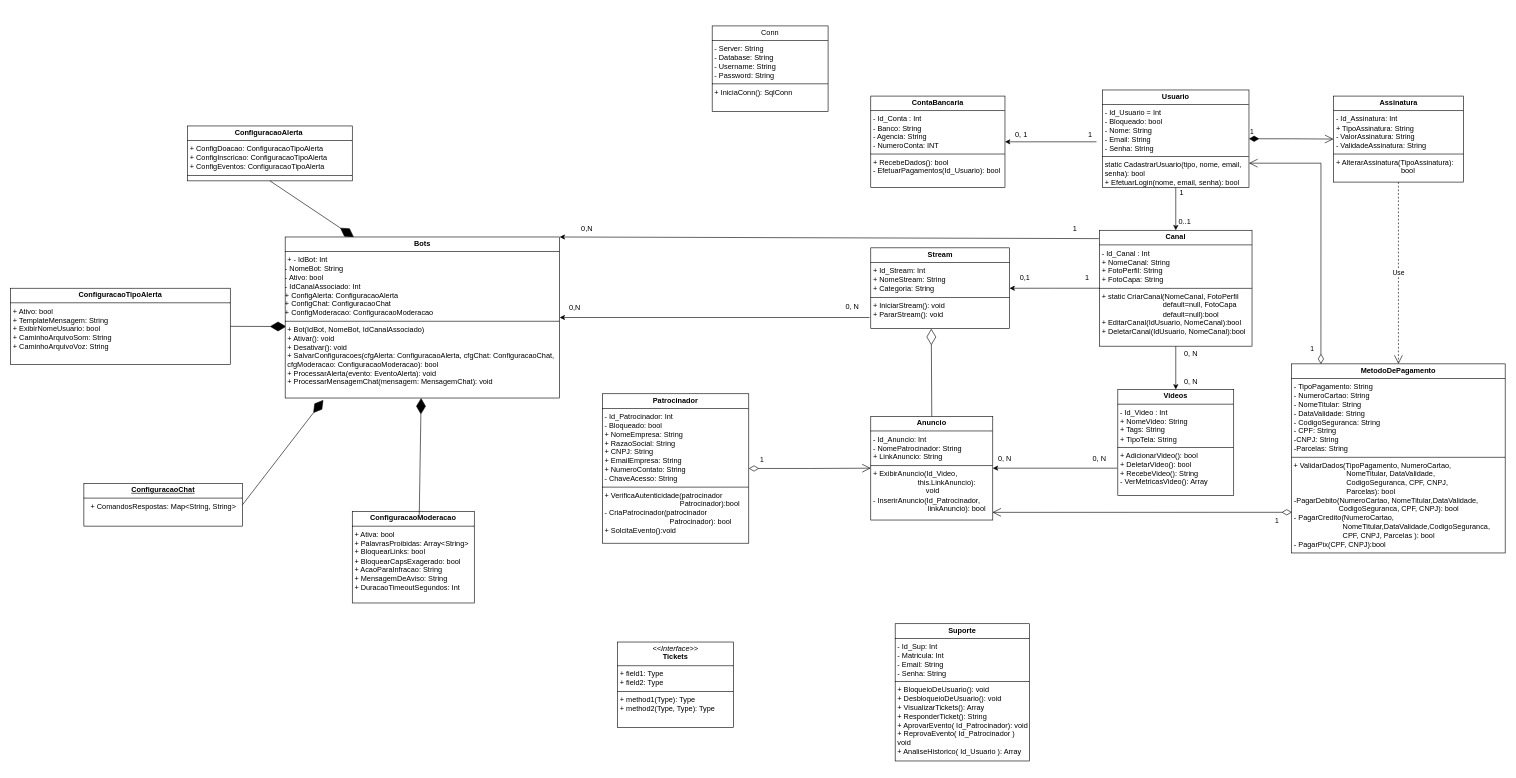
Earlier version of the draw.io diagram page "DiagramaDeClasses" (21 of 22) of DiagramasPIMVII.drawio (GustavoFerreira143/PIMVIISistemaDeStreaming). Source tidied: cells renumbered, new cells numbered last; positions are measured from the earlier drawing's top-left corner, leaving out a move shared by most shapes. Both pictures are drawn from the tidied source at 61%, with x=0, y=0 at pixel (10, 26).
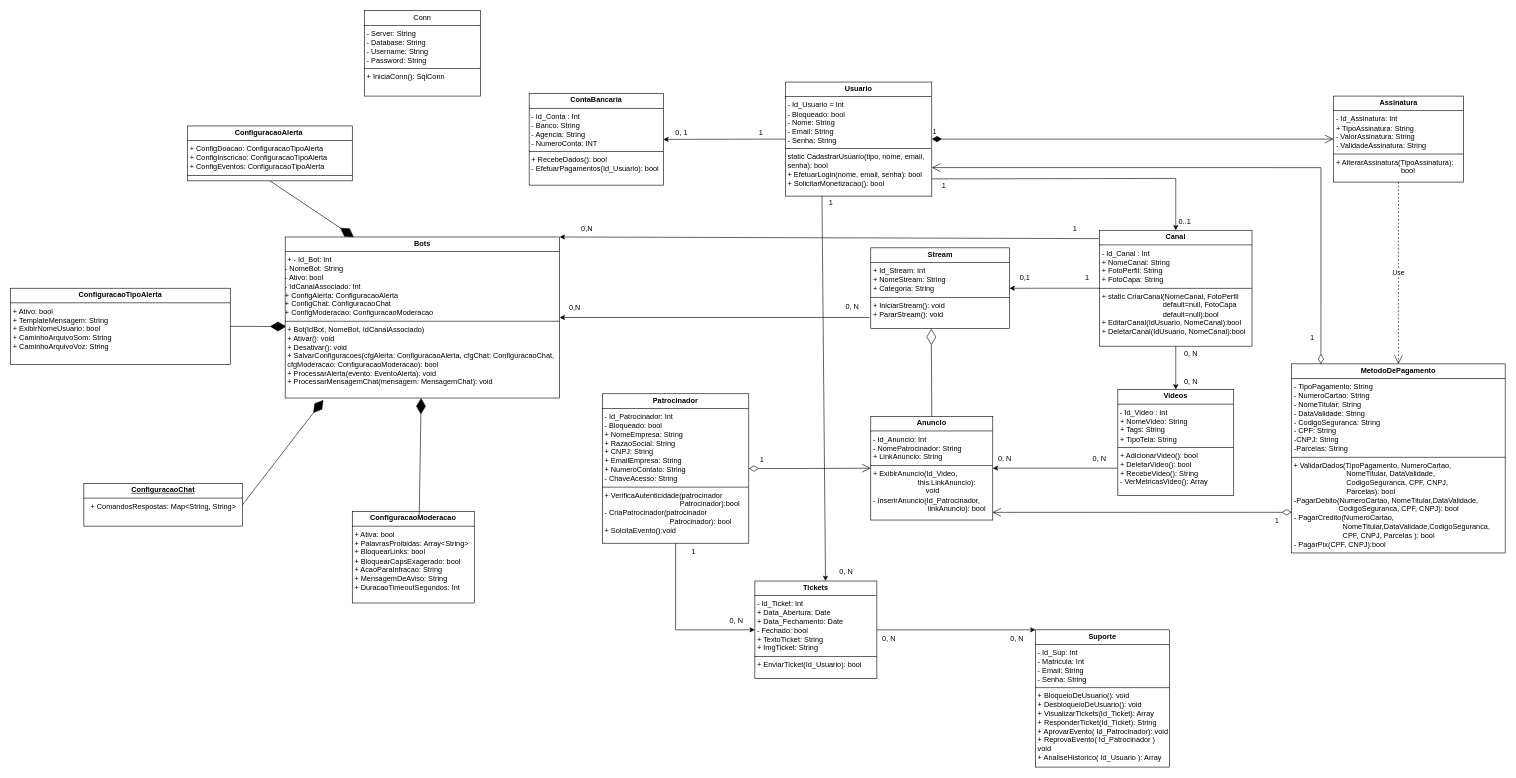
After the change.

Unchanged cells that the change refers to:
```xml
<mxCell id="5" value="&lt;p style=&quot;margin:0px;margin-top:4px;text-align:center;&quot;&gt;&lt;b&gt;Canal&lt;/b&gt;&lt;/p&gt;&lt;hr size=&quot;1&quot; style=&quot;border-style:solid;&quot;&gt;&lt;p style=&quot;margin:0px;margin-left:4px;&quot;&gt;- Id_Canal : Int&lt;/p&gt;&lt;p style=&quot;margin:0px;margin-left:4px;&quot;&gt;+ NomeCanal: String&lt;br&gt;+ FotoPerfil: String&lt;/p&gt;&lt;p style=&quot;margin:0px;margin-left:4px;&quot;&gt;+ FotoCapa: String&lt;/p&gt;&lt;hr size=&quot;1&quot; style=&quot;border-style:solid;&quot;&gt;&lt;p style=&quot;margin:0px;margin-left:4px;&quot;&gt;+ static CriarCanal(NomeCanal, FotoPerfil&amp;nbsp; &amp;nbsp; &amp;nbsp; &amp;nbsp; &amp;nbsp; &amp;nbsp; &amp;nbsp; &amp;nbsp; &amp;nbsp; &amp;nbsp; &amp;nbsp; &amp;nbsp; &amp;nbsp; &amp;nbsp;&lt;span style=&quot;white-space: pre;&quot;&gt;&#9;&lt;/span&gt;&amp;nbsp; &amp;nbsp; &amp;nbsp; default=null, FotoCapa&amp;nbsp; &amp;nbsp; &amp;nbsp; &amp;nbsp; &amp;nbsp; &amp;nbsp; &amp;nbsp; &amp;nbsp; &amp;nbsp; &amp;nbsp; &amp;nbsp; &amp;nbsp; &amp;nbsp; &amp;nbsp; &amp;nbsp; &amp;nbsp; &amp;nbsp; &amp;nbsp; &amp;nbsp; default=null):bool&lt;br&gt;&lt;/p&gt;&lt;p style=&quot;margin:0px;margin-left:4px;&quot;&gt;+ EditarCanal(IdUsuario, NomeCanal):bool&lt;/p&gt;&lt;p style=&quot;margin:0px;margin-left:4px;&quot;&gt;+ DeletarCanal(IdUsuario, NomeCanal):bool&lt;/p&gt;" style="verticalAlign=top;align=left;overflow=fill;html=1;whiteSpace=wrap;" parent="1" vertex="1">
  <mxGeometry x="1785" y="335" width="250" height="190" as="geometry" />
</mxCell>
<mxCell id="14" value="&lt;p style=&quot;margin:0px;margin-top:4px;text-align:center;&quot;&gt;&lt;b&gt;Patrocinador&lt;/b&gt;&lt;/p&gt;&lt;hr size=&quot;1&quot; style=&quot;border-style:solid;&quot;&gt;&lt;p style=&quot;margin:0px;margin-left:4px;&quot;&gt;- Id_Patrocinador: Int&lt;/p&gt;&lt;p style=&quot;margin:0px;margin-left:4px;&quot;&gt;- Bloqueado: bool&lt;br&gt;+ NomeEmpresa: String&lt;/p&gt;&lt;p style=&quot;margin:0px;margin-left:4px;&quot;&gt;+ RazaoSocial: String&lt;/p&gt;&lt;p style=&quot;margin:0px;margin-left:4px;&quot;&gt;+ CNPJ: String&lt;/p&gt;&lt;p style=&quot;margin:0px;margin-left:4px;&quot;&gt;+ EmailEmpresa: String&lt;/p&gt;&lt;p style=&quot;margin:0px;margin-left:4px;&quot;&gt;+ NumeroContato: String&lt;/p&gt;&lt;p style=&quot;margin:0px;margin-left:4px;&quot;&gt;- ChaveAcesso: String&lt;/p&gt;&lt;hr size=&quot;1&quot; style=&quot;border-style:solid;&quot;&gt;&lt;p style=&quot;margin:0px;margin-left:4px;&quot;&gt;+ VerificaAutenticidade(patrocinador &lt;span style=&quot;white-space: pre;&quot;&gt;&#9;&lt;/span&gt;&lt;span style=&quot;white-space: pre;&quot;&gt;&#9;&lt;/span&gt;&lt;span style=&quot;white-space: pre;&quot;&gt;&#9;&lt;/span&gt;&lt;span style=&quot;white-space: pre;&quot;&gt;&#9;&lt;/span&gt;&amp;nbsp; &amp;nbsp; &amp;nbsp;Patrocinador):bool&lt;br&gt;- CriaPatrocinador(patrocinador &lt;span style=&quot;white-space: pre;&quot;&gt;&#9;&lt;/span&gt;&lt;span style=&quot;white-space: pre;&quot;&gt;&#9;&lt;/span&gt;&lt;span style=&quot;white-space: pre;&quot;&gt;&#9;&lt;/span&gt;&lt;span style=&quot;white-space: pre;&quot;&gt;&#9;&lt;/span&gt;Patrocinador): bool&lt;/p&gt;&lt;p style=&quot;margin:0px;margin-left:4px;&quot;&gt;+ SolcitaEvento():void&lt;/p&gt;" style="verticalAlign=top;align=left;overflow=fill;html=1;whiteSpace=wrap;" parent="1" vertex="1">
  <mxGeometry x="970" y="603" width="240" height="245" as="geometry" />
</mxCell>
```

Diff of the diagram source:
```diff
@@
-    <mxCell id="2" value="&lt;p style=&quot;margin:0px;margin-top:4px;text-align:center;&quot;&gt;&lt;b&gt;Usuario&lt;/b&gt;&lt;/p&gt;&lt;hr size=&quot;1&quot; style=&quot;border-style:solid;&quot;&gt;&lt;p style=&quot;margin:0px;margin-left:4px;&quot;&gt;- Id_Usuario = Int&lt;/p&gt;&lt;p style=&quot;margin:0px;margin-left:4px;&quot;&gt;&lt;span style=&quot;background-color: transparent; color: light-dark(rgb(0, 0, 0), rgb(255, 255, 255));&quot;&gt;- Bloqueado: bool&lt;/span&gt;&lt;/p&gt;&lt;p style=&quot;margin:0px;margin-left:4px;&quot;&gt;- Nome: String&lt;br&gt;- Email: String&lt;/p&gt;&lt;p style=&quot;margin:0px;margin-left:4px;&quot;&gt;- Senha: String&lt;/p&gt;&lt;hr size=&quot;1&quot; style=&quot;border-style:solid;&quot;&gt;&lt;p style=&quot;margin:0px;margin-left:4px;&quot;&gt;static CadastrarUsuario(tipo, nome, email, senha): bool&lt;br&gt;+ EfetuarLogin(nome, email, senha): bool&lt;/p&gt;" style="verticalAlign=top;align=left;overflow=fill;html=1;whiteSpace=wrap;" parent="1" vertex="1">
-      <mxGeometry x="1790" y="105" width="240" height="160" as="geometry" />
+    <mxCell id="2" value="&lt;p style=&quot;margin:0px;margin-top:4px;text-align:center;&quot;&gt;&lt;b&gt;Usuario&lt;/b&gt;&lt;/p&gt;&lt;hr size=&quot;1&quot; style=&quot;border-style:solid;&quot;&gt;&lt;p style=&quot;margin:0px;margin-left:4px;&quot;&gt;- Id_Usuario = Int&lt;/p&gt;&lt;p style=&quot;margin:0px;margin-left:4px;&quot;&gt;&lt;span style=&quot;background-color: transparent; color: light-dark(rgb(0, 0, 0), rgb(255, 255, 255));&quot;&gt;- Bloqueado: bool&lt;/span&gt;&lt;/p&gt;&lt;p style=&quot;margin:0px;margin-left:4px;&quot;&gt;- Nome: String&lt;br&gt;- Email: String&lt;/p&gt;&lt;p style=&quot;margin:0px;margin-left:4px;&quot;&gt;- Senha: String&lt;/p&gt;&lt;hr size=&quot;1&quot; style=&quot;border-style:solid;&quot;&gt;&lt;p style=&quot;margin:0px;margin-left:4px;&quot;&gt;static CadastrarUsuario(tipo, nome, email, senha): bool&lt;br&gt;+ EfetuarLogin(nome, email, senha): bool&lt;/p&gt;&lt;p style=&quot;margin:0px;margin-left:4px;&quot;&gt;+ SolicitarMonetizacao(): bool&lt;/p&gt;" style="verticalAlign=top;align=left;overflow=fill;html=1;whiteSpace=wrap;" parent="1" vertex="1">
+      <mxGeometry x="1270" y="92" width="240" height="187" as="geometry" />
     </mxCell>
     <mxCell id="3" value="&lt;p style=&quot;margin:0px;margin-top:4px;text-align:center;&quot;&gt;Conn&lt;/p&gt;&lt;hr size=&quot;1&quot; style=&quot;border-style:solid;&quot;&gt;&lt;p style=&quot;margin:0px;margin-left:4px;&quot;&gt;- Server: String&lt;/p&gt;&lt;p style=&quot;margin:0px;margin-left:4px;&quot;&gt;- Database: String&lt;br&gt;- Username: String&lt;/p&gt;&lt;p style=&quot;margin:0px;margin-left:4px;&quot;&gt;- Password: String&lt;/p&gt;&lt;hr size=&quot;1&quot; style=&quot;border-style:solid;&quot;&gt;&lt;p style=&quot;margin:0px;margin-left:4px;&quot;&gt;+ IniciaConn(): SqlConn&lt;br&gt;&lt;/p&gt;" style="verticalAlign=top;align=left;overflow=fill;html=1;whiteSpace=wrap;" parent="1" vertex="1">
-      <mxGeometry x="1150" width="190" height="140" as="geometry" />
+      <mxGeometry x="580" y="-25" width="190" height="140" as="geometry" />
     </mxCell>
@@
     <mxCell id="10" value="&lt;p style=&quot;margin:0px;margin-top:4px;text-align:center;&quot;&gt;&lt;b&gt;ContaBancaria&lt;/b&gt;&lt;/p&gt;&lt;hr size=&quot;1&quot; style=&quot;border-style:solid;&quot;&gt;&lt;p style=&quot;margin:0px;margin-left:4px;&quot;&gt;- Id_Conta : Int&lt;/p&gt;&lt;p style=&quot;margin:0px;margin-left:4px;&quot;&gt;- Banco: String&lt;/p&gt;&lt;p style=&quot;margin:0px;margin-left:4px;&quot;&gt;- Agencia: String&lt;br&gt;- NumeroConta: INT&lt;/p&gt;&lt;hr size=&quot;1&quot; style=&quot;border-style:solid;&quot;&gt;&lt;p style=&quot;margin:0px;margin-left:4px;&quot;&gt;+ RecebeDados(): bool&lt;/p&gt;&lt;p style=&quot;margin:0px;margin-left:4px;&quot;&gt;- EfetuarPagamentos(Id_Usuario): bool&lt;br&gt;&lt;/p&gt;" style="verticalAlign=top;align=left;overflow=fill;html=1;whiteSpace=wrap;" parent="1" vertex="1">
-      <mxGeometry x="1410" y="115" width="220" height="150" as="geometry" />
+      <mxGeometry x="850" y="111" width="220" height="150" as="geometry" />
     </mxCell>
@@
-    <mxCell id="17" style="endArrow=classic;html=1;rounded=0;exitX=0.5;exitY=1;exitDx=0;exitDy=0;entryX=0.5;entryY=0;entryDx=0;entryDy=0;" parent="1" edge="1" source="2" target="5">
-      <mxGeometry relative="1" as="geometry" />
+    <mxCell id="17" style="endArrow=classic;html=1;rounded=0;entryX=0.5;entryY=0;entryDx=0;entryDy=0;exitX=0.997;exitY=0.849;exitDx=0;exitDy=0;exitPerimeter=0;" parent="1" edge="1" source="2" target="5">
+      <mxGeometry relative="1" as="geometry">
+        <Array as="points">
+          <mxPoint x="1910" y="250" />
+        </Array>
+      </mxGeometry>
     </mxCell>
     <mxCell id="18" value="1" style="text;html=1;align=center;verticalAlign=middle;whiteSpace=wrap;rounded=0;" parent="1" vertex="1">
-      <mxGeometry x="1900" y="265" width="40" height="15" as="geometry" />
+      <mxGeometry x="1510" y="254" width="40" height="15" as="geometry" />
     </mxCell>
@@
-    <mxCell id="23" style="endArrow=classic;html=1;rounded=0;entryX=1;entryY=0.5;entryDx=0;entryDy=0;" parent="1" edge="1" target="10">
-      <mxGeometry relative="1" as="geometry">
-        <mxPoint x="1780" y="190" as="sourcePoint" />
-      </mxGeometry>
+    <mxCell id="23" style="endArrow=classic;html=1;rounded=0;entryX=1;entryY=0.5;entryDx=0;entryDy=0;exitX=0;exitY=0.5;exitDx=0;exitDy=0;" parent="1" edge="1" source="2" target="10">
+      <mxGeometry relative="1" as="geometry" />
     </mxCell>
     <mxCell id="24" value="1" style="text;html=1;align=center;verticalAlign=middle;whiteSpace=wrap;rounded=0;" parent="1" vertex="1">
-      <mxGeometry x="1740" y="164" width="60" height="30" as="geometry" />
+      <mxGeometry x="1200" y="160" width="60" height="30" as="geometry" />
     </mxCell>
     <mxCell id="25" value="0, 1" style="text;html=1;align=center;verticalAlign=middle;whiteSpace=wrap;rounded=0;" parent="1" vertex="1">
-      <mxGeometry x="1627" y="164" width="60" height="30" as="geometry" />
+      <mxGeometry x="1070" y="160" width="60" height="30" as="geometry" />
     </mxCell>
@@
-    <mxCell id="45" value="&lt;p style=&quot;margin:0px;margin-top:4px;text-align:center;&quot;&gt;&lt;b&gt;Bots&lt;/b&gt;&lt;/p&gt;&lt;hr size=&quot;1&quot; style=&quot;border-style:solid;&quot;&gt;&lt;p style=&quot;margin:0px;margin-left:4px;&quot;&gt;+&amp;nbsp;&lt;span style=&quot;background-color: transparent; color: light-dark(rgb(0, 0, 0), rgb(255, 255, 255));&quot;&gt;- IdBot: Int&lt;/span&gt;&lt;br&gt;&lt;/p&gt;&lt;span style=&quot;color: light-dark(rgb(0, 0, 0), rgb(255, 255, 255)); background-color: transparent;&quot;&gt;- NomeBot: String&lt;br&gt;- Ativo: bool&lt;br&gt;- IdCanalAssociado: Int&amp;nbsp;&lt;br&gt;+ ConfigAlerta: ConfiguracaoAlerta&lt;br&gt;+ ConfigChat: ConfiguracaoChat&lt;br&gt;+ ConfigModeracao: ConfiguracaoModeracao&lt;/span&gt;&lt;br&gt;&lt;hr size=&quot;1&quot; style=&quot;border-style:solid;&quot;&gt;&lt;p style=&quot;margin:0px;margin-left:4px;&quot;&gt;+ Bot(IdBot, NomeBot, IdCanalAssociado)&amp;nbsp;&lt;br&gt;+ Ativar(): void&amp;nbsp;&lt;br&gt;    + Desativar(): void&amp;nbsp;&lt;br&gt;    + SalvarConfiguracoes(cfgAlerta: ConfiguracaoAlerta, cfgChat: ConfiguracaoChat, cfgModeracao: ConfiguracaoModeracao): bool&lt;br&gt;&lt;span style=&quot;background-color: transparent; color: light-dark(rgb(0, 0, 0), rgb(255, 255, 255));&quot;&gt;+ ProcessarAlerta(evento: EventoAlerta): void&lt;/span&gt;&lt;/p&gt;&lt;p style=&quot;margin:0px;margin-left:4px;&quot;&gt;+ ProcessarMensagemChat(mensagem: MensagemChat): void&lt;/p&gt;" style="verticalAlign=top;align=left;overflow=fill;html=1;whiteSpace=wrap;" parent="1" vertex="1">
+    <mxCell id="45" value="&lt;p style=&quot;margin:0px;margin-top:4px;text-align:center;&quot;&gt;&lt;b&gt;Bots&lt;/b&gt;&lt;/p&gt;&lt;hr size=&quot;1&quot; style=&quot;border-style:solid;&quot;&gt;&lt;p style=&quot;margin:0px;margin-left:4px;&quot;&gt;+&amp;nbsp;&lt;span style=&quot;background-color: transparent; color: light-dark(rgb(0, 0, 0), rgb(255, 255, 255));&quot;&gt;- Id_Bot: Int&lt;/span&gt;&lt;br&gt;&lt;/p&gt;&lt;span style=&quot;color: light-dark(rgb(0, 0, 0), rgb(255, 255, 255)); background-color: transparent;&quot;&gt;- NomeBot: String&lt;br&gt;- Ativo: bool&lt;br&gt;- IdCanalAssociado: Int&amp;nbsp;&lt;br&gt;+ ConfigAlerta: ConfiguracaoAlerta&lt;br&gt;+ ConfigChat: ConfiguracaoChat&lt;br&gt;+ ConfigModeracao: ConfiguracaoModeracao&lt;/span&gt;&lt;br&gt;&lt;hr size=&quot;1&quot; style=&quot;border-style:solid;&quot;&gt;&lt;p style=&quot;margin:0px;margin-left:4px;&quot;&gt;+ Bot(IdBot, NomeBot, IdCanalAssociado)&amp;nbsp;&lt;br&gt;+ Ativar(): void&amp;nbsp;&lt;br&gt;    + Desativar(): void&amp;nbsp;&lt;br&gt;    + SalvarConfiguracoes(cfgAlerta: ConfiguracaoAlerta, cfgChat: ConfiguracaoChat, cfgModeracao: ConfiguracaoModeracao): bool&lt;br&gt;&lt;span style=&quot;background-color: transparent; color: light-dark(rgb(0, 0, 0), rgb(255, 255, 255));&quot;&gt;+ ProcessarAlerta(evento: EventoAlerta): void&lt;/span&gt;&lt;/p&gt;&lt;p style=&quot;margin:0px;margin-left:4px;&quot;&gt;+ ProcessarMensagemChat(mensagem: MensagemChat): void&lt;/p&gt;" style="verticalAlign=top;align=left;overflow=fill;html=1;whiteSpace=wrap;" parent="1" vertex="1">
       <mxGeometry x="450" y="346" width="450" height="264" as="geometry" />
     </mxCell>
@@
-    <mxCell id="49" value="&lt;p style=&quot;margin:0px;margin-top:4px;text-align:center;&quot;&gt;&lt;b&gt;Suporte&lt;/b&gt;&lt;/p&gt;&lt;hr size=&quot;1&quot; style=&quot;border-style:solid;&quot;&gt;&lt;p style=&quot;margin:0px;margin-left:4px;&quot;&gt;- Id_Sup: Int&lt;/p&gt;&lt;p style=&quot;margin:0px;margin-left:4px;&quot;&gt;- Matricula: Int&lt;br&gt;- Email: String&lt;/p&gt;&lt;p style=&quot;margin:0px;margin-left:4px;&quot;&gt;- Senha: String&lt;/p&gt;&lt;hr size=&quot;1&quot; style=&quot;border-style:solid;&quot;&gt;&lt;p style=&quot;margin:0px;margin-left:4px;&quot;&gt;+ BloqueioDeUsuario(): void&lt;/p&gt;&lt;p style=&quot;margin:0px;margin-left:4px;&quot;&gt;+ DesbloqueioDeUsuario(): void&lt;br&gt;+ VisualizarTickets(): Array&lt;/p&gt;&lt;p style=&quot;margin:0px;margin-left:4px;&quot;&gt;+ ResponderTicket(): String&lt;/p&gt;&lt;p style=&quot;margin:0px;margin-left:4px;&quot;&gt;+ AprovarEvento( Id_Patrocinador): void&lt;/p&gt;&lt;p style=&quot;margin:0px;margin-left:4px;&quot;&gt;+ ReprovaEvento( Id_Patrocinador ) void&lt;/p&gt;&lt;p style=&quot;margin:0px;margin-left:4px;&quot;&gt;+ AnaliseHistorico( Id_Usuario ): Array&lt;/p&gt;" style="verticalAlign=top;align=left;overflow=fill;html=1;whiteSpace=wrap;" parent="1" vertex="1">
-      <mxGeometry x="1450" y="980" width="220" height="225" as="geometry" />
+    <mxCell id="49" value="&lt;p style=&quot;margin:0px;margin-top:4px;text-align:center;&quot;&gt;&lt;b&gt;Suporte&lt;/b&gt;&lt;/p&gt;&lt;hr size=&quot;1&quot; style=&quot;border-style:solid;&quot;&gt;&lt;p style=&quot;margin:0px;margin-left:4px;&quot;&gt;- Id_Sup: Int&lt;/p&gt;&lt;p style=&quot;margin:0px;margin-left:4px;&quot;&gt;- Matricula: Int&lt;br&gt;- Email: String&lt;/p&gt;&lt;p style=&quot;margin:0px;margin-left:4px;&quot;&gt;- Senha: String&lt;/p&gt;&lt;hr size=&quot;1&quot; style=&quot;border-style:solid;&quot;&gt;&lt;p style=&quot;margin:0px;margin-left:4px;&quot;&gt;+ BloqueioDeUsuario(): void&lt;/p&gt;&lt;p style=&quot;margin:0px;margin-left:4px;&quot;&gt;+ DesbloqueioDeUsuario(): void&lt;br&gt;+ VisualizarTickets(Id_Ticket): Array&lt;/p&gt;&lt;p style=&quot;margin:0px;margin-left:4px;&quot;&gt;+ ResponderTicket(&lt;span style=&quot;background-color: transparent; color: light-dark(rgb(0, 0, 0), rgb(255, 255, 255));&quot;&gt;Id_Ticket&lt;/span&gt;&lt;span style=&quot;background-color: transparent; color: light-dark(rgb(0, 0, 0), rgb(255, 255, 255));&quot;&gt;): String&lt;/span&gt;&lt;/p&gt;&lt;p style=&quot;margin:0px;margin-left:4px;&quot;&gt;+ AprovarEvento( Id_Patrocinador): void&lt;/p&gt;&lt;p style=&quot;margin:0px;margin-left:4px;&quot;&gt;+ ReprovaEvento( Id_Patrocinador ) void&lt;/p&gt;&lt;p style=&quot;margin:0px;margin-left:4px;&quot;&gt;+ AnaliseHistorico( Id_Usuario ): Array&lt;/p&gt;" style="verticalAlign=top;align=left;overflow=fill;html=1;whiteSpace=wrap;" parent="1" vertex="1">
+      <mxGeometry x="1680" y="990" width="220" height="225" as="geometry" />
     </mxCell>
-    <mxCell id="50" value="&lt;p style=&quot;margin:0px;margin-top:4px;text-align:center;&quot;&gt;&lt;i&gt;&amp;lt;&amp;lt;Interface&amp;gt;&amp;gt;&lt;/i&gt;&lt;br&gt;&lt;b&gt;Tickets&lt;/b&gt;&lt;/p&gt;&lt;hr size=&quot;1&quot; style=&quot;border-style:solid;&quot;&gt;&lt;p style=&quot;margin:0px;margin-left:4px;&quot;&gt;+ field1: Type&lt;br&gt;+ field2: Type&lt;/p&gt;&lt;hr size=&quot;1&quot; style=&quot;border-style:solid;&quot;&gt;&lt;p style=&quot;margin:0px;margin-left:4px;&quot;&gt;+ method1(Type): Type&lt;br&gt;+ method2(Type, Type): Type&lt;/p&gt;" style="verticalAlign=top;align=left;overflow=fill;html=1;whiteSpace=wrap;" parent="1" vertex="1">
-      <mxGeometry x="995" y="1010" width="190" height="140" as="geometry" />
+    <mxCell id="50" value="&lt;p style=&quot;margin:0px;margin-top:4px;text-align:center;&quot;&gt;&lt;b&gt;Tickets&lt;/b&gt;&lt;/p&gt;&lt;hr size=&quot;1&quot; style=&quot;border-style:solid;&quot;&gt;&lt;p style=&quot;margin:0px;margin-left:4px;&quot;&gt;- Id_Ticket: Int&lt;/p&gt;&lt;p style=&quot;margin:0px;margin-left:4px;&quot;&gt;+ Data_Abertura: Date&lt;/p&gt;&lt;p style=&quot;margin:0px;margin-left:4px;&quot;&gt;+ Data_Fechamento: Date&lt;/p&gt;&lt;p style=&quot;margin:0px;margin-left:4px;&quot;&gt;- Fechado: bool&lt;/p&gt;&lt;p style=&quot;margin:0px;margin-left:4px;&quot;&gt;+ TextoTicket: String&lt;br&gt;+ ImgTicket: String&lt;/p&gt;&lt;hr size=&quot;1&quot; style=&quot;border-style:solid;&quot;&gt;&lt;p style=&quot;margin:0px;margin-left:4px;&quot;&gt;+ EnviarTicket(Id_Usuario): bool&lt;br&gt;&lt;/p&gt;" style="verticalAlign=top;align=left;overflow=fill;html=1;whiteSpace=wrap;" parent="1" vertex="1">
+      <mxGeometry x="1220" y="910" width="200" height="160" as="geometry" />
     </mxCell>
+    <mxCell id="51" style="endArrow=classic;html=1;rounded=0;exitX=0.25;exitY=1;exitDx=0;exitDy=0;entryX=0.579;entryY=0;entryDx=0;entryDy=0;entryPerimeter=0;" parent="1" edge="1" source="2" target="50">
+      <mxGeometry relative="1" as="geometry" />
+    </mxCell>
+    <mxCell id="52" value="0, N" style="text;html=1;align=center;verticalAlign=middle;whiteSpace=wrap;rounded=0;" parent="1" vertex="1">
+      <mxGeometry x="1340" y="880" width="60" height="30" as="geometry" />
+    </mxCell>
+    <mxCell id="53" value="1" style="text;html=1;align=center;verticalAlign=middle;whiteSpace=wrap;rounded=0;" parent="1" vertex="1">
+      <mxGeometry x="1320" y="279" width="50" height="21" as="geometry" />
+    </mxCell>
+    <mxCell id="54" style="endArrow=classic;html=1;rounded=0;entryX=0;entryY=0;entryDx=0;entryDy=0;exitX=1;exitY=0.5;exitDx=0;exitDy=0;" parent="1" edge="1" source="50" target="49">
+      <mxGeometry relative="1" as="geometry" />
+    </mxCell>
+    <mxCell id="55" value="0, N" style="text;html=1;align=center;verticalAlign=middle;whiteSpace=wrap;rounded=0;" parent="1" vertex="1">
+      <mxGeometry x="1620" y="990" width="60" height="30" as="geometry" />
+    </mxCell>
+    <mxCell id="56" value="0, N" style="text;html=1;align=center;verticalAlign=middle;whiteSpace=wrap;rounded=0;" parent="1" vertex="1">
+      <mxGeometry x="1410" y="990" width="60" height="30" as="geometry" />
+    </mxCell>
+    <mxCell id="57" style="endArrow=classic;html=1;rounded=0;exitX=0.5;exitY=1;exitDx=0;exitDy=0;entryX=0;entryY=0.5;entryDx=0;entryDy=0;" parent="1" edge="1" source="14" target="50">
+      <mxGeometry relative="1" as="geometry">
+        <Array as="points">
+          <mxPoint x="1090" y="990" />
+        </Array>
+      </mxGeometry>
+    </mxCell>
+    <mxCell id="58" value="0, N" style="text;html=1;align=center;verticalAlign=middle;whiteSpace=wrap;rounded=0;" parent="1" vertex="1">
+      <mxGeometry x="1160" y="960" width="60" height="30" as="geometry" />
+    </mxCell>
+    <mxCell id="59" value="1" style="text;html=1;align=center;verticalAlign=middle;whiteSpace=wrap;rounded=0;" parent="1" vertex="1">
+      <mxGeometry x="1090" y="848" width="60" height="30" as="geometry" />
+    </mxCell>
```
